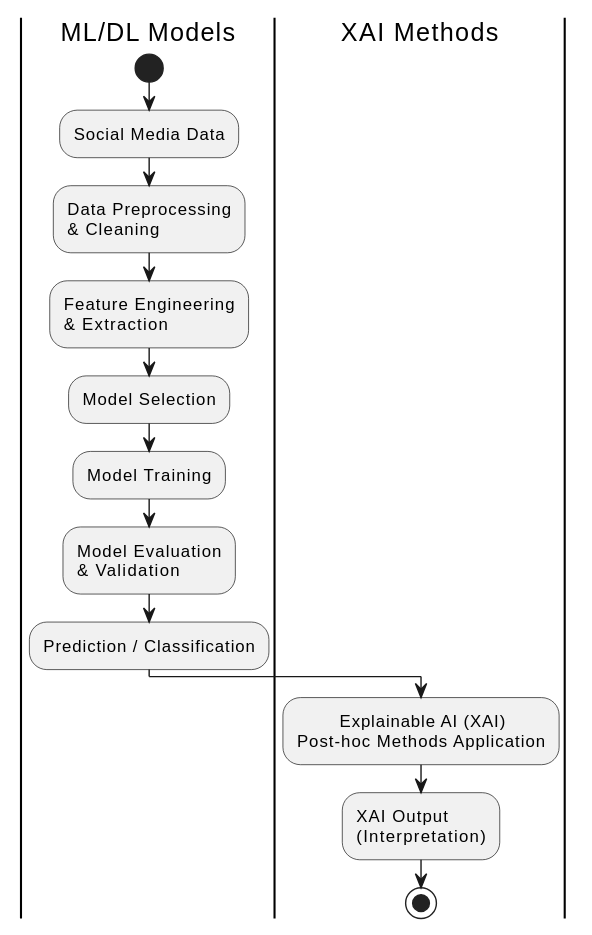
This is reports/figures/classification_process_XAI.svg from Takosaga/master_thesis, a PlantUML export, as it was before one commit.
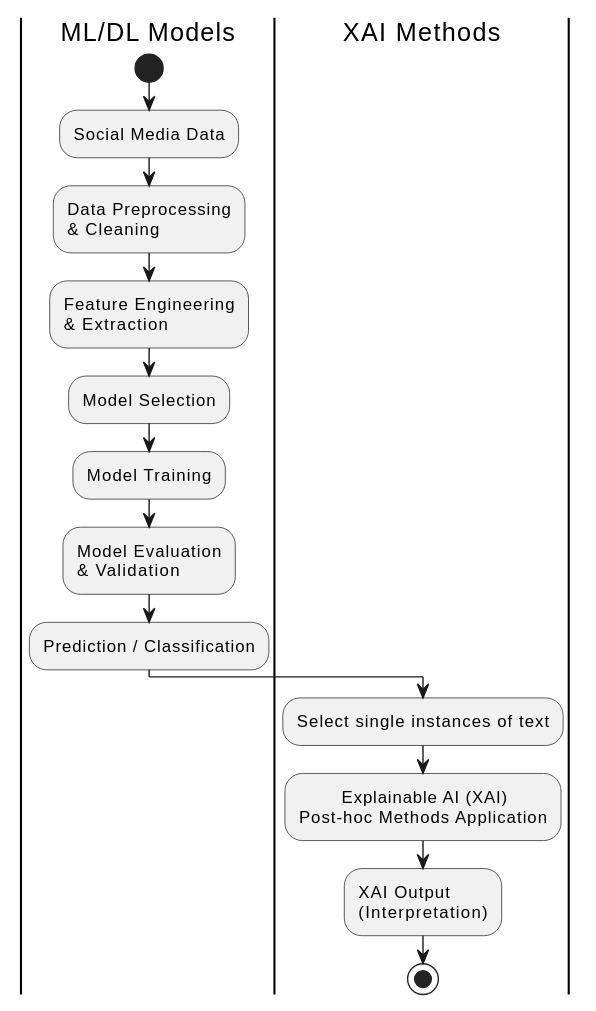
After the change.

Commit message:
feat: added new flow chart pic

The edit, as a diff of the source:
```diff
@@ -1,6 +1,5 @@
 @startuml
 |ML/DL Models|
-
 start
 :Social Media Data;
 :Data Preprocessing\n& Cleaning;
@@ -11,7 +10,9 @@
 :Prediction / Classification;
 
 |XAI Methods|
+:Select single instances of text;
 :\tExplainable AI (XAI)\nPost-hoc Methods Application;
 :XAI Output\n(Interpretation);
+
 stop
 @enduml
```
